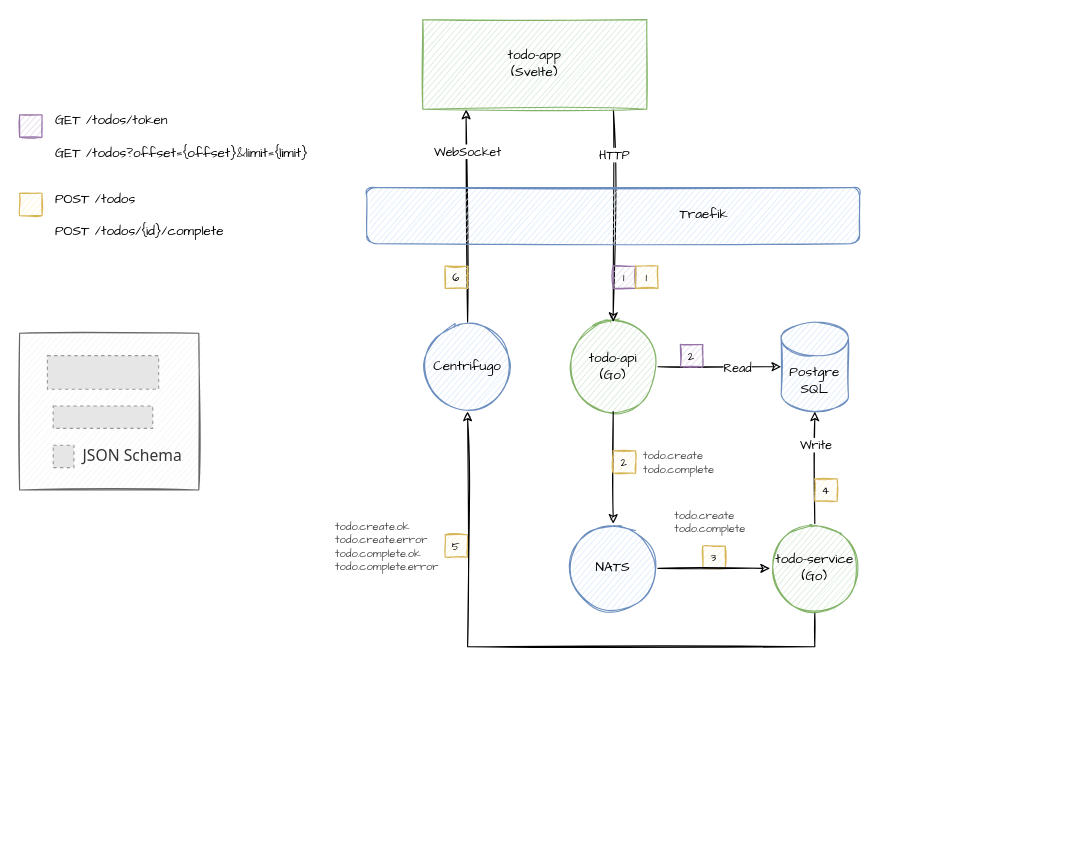
heikkilamarko/todo-app keeps this draw.io diagram as doc/architecture.drawio. Above is the earlier version. Source tidied: cells renumbered, new cells numbered last; positions are measured from the earlier drawing's top-left corner, leaving out a move shared by most shapes. Both pictures are drawn from the tidied source at 112%, with x=0, y=0 at pixel (19, 19). Pictures stored in the file or linked from it are replaced by grey dashed boxes.
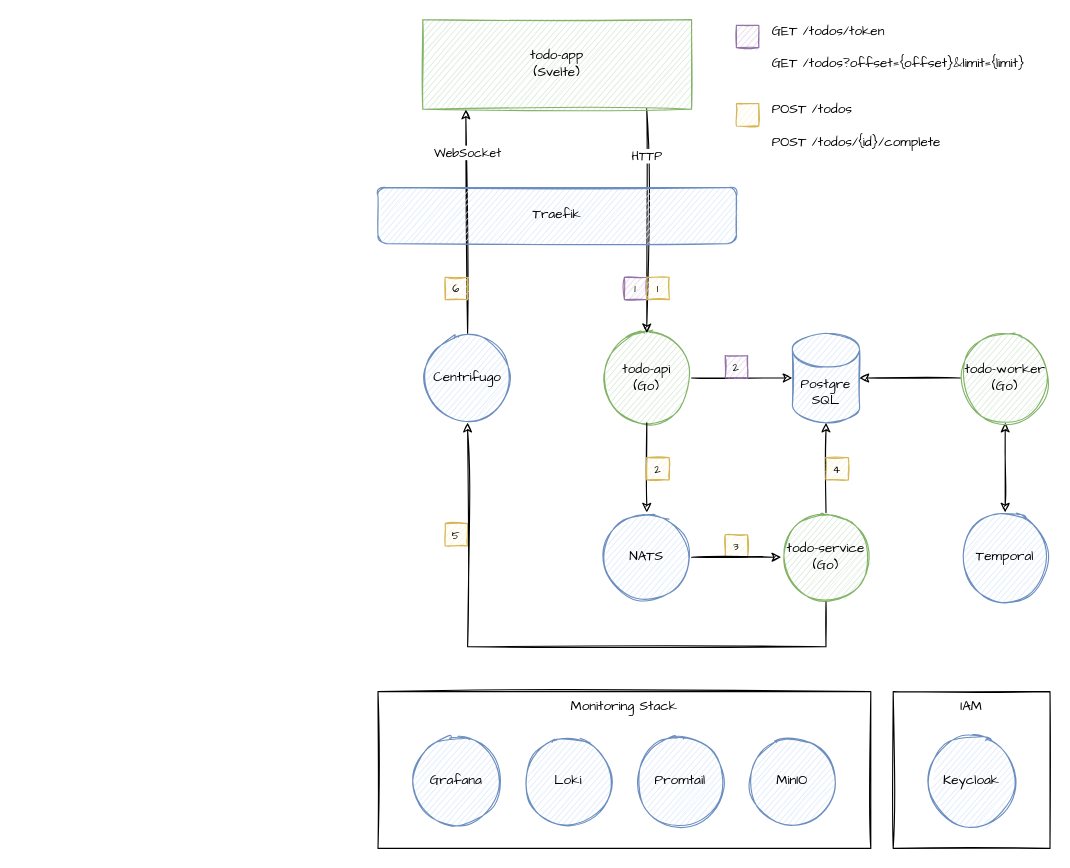
After the change.

The change refers to these unchanged cells:
```xml
<mxCell id="7" style="edgeStyle=none;rounded=0;jettySize=auto;html=1;sketch=1;fontFamily=Comic Sans MS;exitX=0.5;exitY=0;exitDx=0;exitDy=0;entryX=0.5;entryY=1;entryDx=0;entryDy=0;entryPerimeter=0;" parent="1" edge="1" source="6" target="9">
  <mxGeometry relative="1" as="geometry" />
</mxCell>
<mxCell id="22" style="edgeStyle=none;rounded=0;jettySize=auto;html=1;sketch=1;fontFamily=Comic Sans MS;exitX=1;exitY=0.5;exitDx=0;exitDy=0;entryX=0;entryY=0.5;entryDx=0;entryDy=0;entryPerimeter=0;" parent="1" edge="1" source="2" target="9">
  <mxGeometry relative="1" as="geometry" />
</mxCell>
```

The edit, as a diff of the source:
```diff
@@
+    <mxCell id="42" value="IAM" style="rounded=0;whiteSpace=wrap;html=1;fillColor=none;sketch=1;verticalAlign=top;fontFamily=Comic Sans MS;" parent="1" vertex="1">
+      <mxGeometry x="780" y="600" width="140" height="140" as="geometry" />
+    </mxCell>
+    <mxCell id="43" value="Monitoring Stack" style="rounded=0;whiteSpace=wrap;html=1;fillColor=none;sketch=1;verticalAlign=top;fontFamily=Comic Sans MS;" parent="1" vertex="1">
+      <mxGeometry x="320" y="600" width="440" height="140" as="geometry" />
+    </mxCell>
     <mxCell id="2" value="todo-api&lt;br&gt;(Go)" style="ellipse;whiteSpace=wrap;html=1;sketch=1;fontFamily=Comic Sans MS;fillColor=#d5e8d4;strokeColor=#82b366;labelBackgroundColor=none;" parent="1" vertex="1">
-      <mxGeometry x="490" y="270" width="80" height="80" as="geometry" />
+      <mxGeometry x="520" y="280" width="80" height="80" as="geometry" />
     </mxCell>
@@
     <mxCell id="4" value="NATS" style="ellipse;whiteSpace=wrap;html=1;sketch=1;fontFamily=Comic Sans MS;fillColor=#dae8fc;strokeColor=#6c8ebf;labelBackgroundColor=none;" parent="1" vertex="1">
-      <mxGeometry x="490" y="450" width="80" height="80" as="geometry" />
+      <mxGeometry x="520" y="440" width="80" height="80" as="geometry" />
     </mxCell>
     <mxCell id="5" value="Centrifugo" style="ellipse;whiteSpace=wrap;html=1;sketch=1;fontFamily=Comic Sans MS;fillColor=#dae8fc;strokeColor=#6c8ebf;labelBackgroundColor=none;" parent="1" vertex="1">
-      <mxGeometry x="360" y="270" width="80" height="80" as="geometry" />
+      <mxGeometry x="360" y="280" width="80" height="80" as="geometry" />
     </mxCell>
     <mxCell id="6" value="todo-service&lt;br&gt;(Go)" style="ellipse;whiteSpace=wrap;html=1;sketch=1;fontFamily=Comic Sans MS;fillColor=#d5e8d4;strokeColor=#82b366;fillStyle=auto;labelBackgroundColor=none;" parent="1" vertex="1">
-      <mxGeometry x="670" y="450" width="80" height="80" as="geometry" />
+      <mxGeometry x="680" y="440" width="80" height="80" as="geometry" />
     </mxCell>
@@
-    <mxCell id="8" value="Write" style="edgeLabel;html=1;align=center;verticalAlign=middle;fontFamily=Comic Sans MS;" parent="7" vertex="1">
-      <mxGeometry x="-0.01" y="1" relative="1" as="geometry">
-        <mxPoint x="1" y="-20.5" as="offset" />
-      </mxGeometry>
-    </mxCell>
     <mxCell id="9" value="Postgre&lt;br&gt;SQL" style="shape=cylinder3;whiteSpace=wrap;html=1;boundedLbl=1;backgroundOutline=1;size=15;sketch=1;fontFamily=Comic Sans MS;fillColor=#dae8fc;strokeColor=#6c8ebf;labelBackgroundColor=none;" parent="1" vertex="1">
-      <mxGeometry x="680" y="270" width="60" height="80" as="geometry" />
+      <mxGeometry x="690" y="280" width="60" height="80" as="geometry" />
     </mxCell>
-    <mxCell id="10" style="edgeStyle=none;rounded=0;jettySize=auto;html=1;startArrow=none;startFill=0;exitX=0.851;exitY=1.009;exitDx=0;exitDy=0;sketch=1;fontFamily=Comic Sans MS;entryX=0.5;entryY=0;entryDx=0;entryDy=0;exitPerimeter=0;" parent="1" edge="1" source="12" target="2">
+    <mxCell id="10" style="edgeStyle=none;rounded=0;jettySize=auto;html=1;startArrow=none;startFill=0;exitX=0.833;exitY=0.994;exitDx=0;exitDy=0;sketch=1;fontFamily=Comic Sans MS;entryX=0.5;entryY=0;entryDx=0;entryDy=0;exitPerimeter=0;" parent="1" edge="1" source="12" target="2">
       <mxGeometry relative="1" as="geometry" />
     </mxCell>
@@
     <mxCell id="12" value="todo-app&lt;br&gt;(Svelte)" style="rounded=0;whiteSpace=wrap;html=1;sketch=1;fontFamily=Comic Sans MS;fillColor=#d5e8d4;strokeColor=#82b366;labelBackgroundColor=none;" parent="1" vertex="1">
-      <mxGeometry x="360" width="200" height="80" as="geometry" />
+      <mxGeometry x="360" width="240" height="80" as="geometry" />
     </mxCell>
-    <mxCell id="13" style="group;" parent="1" vertex="1">
-      <mxGeometry y="280" width="160" height="140" as="geometry" />
-    </mxCell>
-    <mxCell id="14" style="rounded=0;whiteSpace=wrap;html=1;shadow=0;glass=0;sketch=1;fontFamily=Tahoma;fontSize=20;fillColor=#f5f5f5;strokeColor=#666666;fontColor=#333333;" parent="13" vertex="1">
-      <mxGeometry width="160" height="140" as="geometry" />
-    </mxCell>
-    <mxCell id="15" style="fillColor=#E6E6E6;strokeColor=#999999;dashed=1;verticalLabelPosition=bottom;verticalAlign=top;" parent="13" vertex="1">
-      <mxGeometry x="30" y="65" width="88.9" height="20" as="geometry" />
-    </mxCell>
-    <mxCell id="16" style="fillColor=#E6E6E6;strokeColor=#999999;dashed=1;verticalLabelPosition=bottom;verticalAlign=top;" parent="13" vertex="1">
-      <mxGeometry x="24.8" y="20" width="99.4" height="30" as="geometry" />
-    </mxCell>
-    <mxCell id="17" style="group;" parent="13" vertex="1">
-      <mxGeometry x="30" y="100" width="120" height="20" as="geometry" />
-    </mxCell>
-    <mxCell id="18" style="fillColor=#E6E6E6;strokeColor=#999999;dashed=1;verticalLabelPosition=bottom;verticalAlign=top;" parent="17" vertex="1">
-      <mxGeometry width="18.5" height="20" as="geometry" />
-    </mxCell>
-    <mxCell id="19" value="JSON Schema" style="text;html=1;strokeColor=none;fillColor=none;align=center;verticalAlign=middle;whiteSpace=wrap;rounded=0;sketch=0;fontSize=14;fontFamily=Tahoma;opacity=80;fontColor=#333333;" parent="17" vertex="1">
-      <mxGeometry x="22.2" width="97.8" height="20" as="geometry" />
-    </mxCell>
-    <mxCell id="20" style="rounded=0;jettySize=auto;html=1;entryX=0.193;entryY=1.006;entryDx=0;entryDy=0;sketch=1;fontFamily=Comic Sans MS;exitX=0.5;exitY=0;exitDx=0;exitDy=0;entryPerimeter=0;startArrow=none;startFill=0;" parent="1" edge="1" source="5" target="12">
+    <mxCell id="20" style="rounded=0;jettySize=auto;html=1;entryX=0.16;entryY=1.006;entryDx=0;entryDy=0;sketch=1;fontFamily=Comic Sans MS;exitX=0.5;exitY=0;exitDx=0;exitDy=0;entryPerimeter=0;startArrow=none;startFill=0;" parent="1" edge="1" source="5" target="12">
       <mxGeometry relative="1" as="geometry" />
     </mxCell>
@@
-    <mxCell id="23" value="Read" style="edgeLabel;html=1;align=center;verticalAlign=middle;fontFamily=Comic Sans MS;" parent="22" vertex="1">
-      <mxGeometry x="-0.07" relative="1" as="geometry">
-        <mxPoint x="19" as="offset" />
-      </mxGeometry>
-    </mxCell>
     <mxCell id="24" value="1" style="text;html=1;strokeColor=#9673a6;fillColor=#e1d5e7;align=center;verticalAlign=middle;whiteSpace=wrap;rounded=0;fontFamily=Comic Sans MS;fontSize=10;sketch=1;" parent="1" vertex="1">
-      <mxGeometry x="530" y="220" width="20" height="20" as="geometry" />
+      <mxGeometry x="540" y="230" width="20" height="20" as="geometry" />
     </mxCell>
     <mxCell id="25" value="2" style="text;html=1;strokeColor=#9673a6;fillColor=#e1d5e7;align=center;verticalAlign=middle;whiteSpace=wrap;rounded=0;fontFamily=Comic Sans MS;fontSize=10;sketch=1;" parent="1" vertex="1">
-      <mxGeometry x="590" y="290" width="20" height="20" as="geometry" />
+      <mxGeometry x="630" y="300" width="20" height="20" as="geometry" />
     </mxCell>
     <mxCell id="26" value="1" style="text;html=1;strokeColor=#d6b656;fillColor=#fff2cc;align=center;verticalAlign=middle;whiteSpace=wrap;rounded=0;fontFamily=Comic Sans MS;fontSize=10;sketch=1;" parent="1" vertex="1">
-      <mxGeometry x="550" y="220" width="20" height="20" as="geometry" />
+      <mxGeometry x="560" y="230" width="20" height="20" as="geometry" />
     </mxCell>
     <mxCell id="27" value="2" style="text;html=1;strokeColor=#d6b656;fillColor=#fff2cc;align=center;verticalAlign=middle;whiteSpace=wrap;rounded=0;fontFamily=Comic Sans MS;fontSize=10;sketch=1;" parent="1" vertex="1">
-      <mxGeometry x="530" y="385" width="20" height="20" as="geometry" />
+      <mxGeometry x="560" y="391" width="20" height="20" as="geometry" />
     </mxCell>
     <mxCell id="28" value="3" style="text;html=1;strokeColor=#d6b656;fillColor=#fff2cc;align=center;verticalAlign=middle;whiteSpace=wrap;rounded=0;fontFamily=Comic Sans MS;fontSize=10;sketch=1;" parent="1" vertex="1">
-      <mxGeometry x="610" y="470" width="20" height="20" as="geometry" />
+      <mxGeometry x="630" y="460" width="20" height="20" as="geometry" />
     </mxCell>
     <mxCell id="29" value="4" style="text;html=1;strokeColor=#d6b656;fillColor=#fff2cc;align=center;verticalAlign=middle;whiteSpace=wrap;rounded=0;fontFamily=Comic Sans MS;fontSize=10;sketch=1;" parent="1" vertex="1">
-      <mxGeometry x="710" y="410" width="20" height="20" as="geometry" />
+      <mxGeometry x="720" y="391" width="20" height="20" as="geometry" />
     </mxCell>
     <mxCell id="30" value="5" style="text;html=1;strokeColor=#d6b656;fillColor=#fff2cc;align=center;verticalAlign=middle;whiteSpace=wrap;rounded=0;fontFamily=Comic Sans MS;fontSize=10;sketch=1;" parent="1" vertex="1">
-      <mxGeometry x="380" y="460" width="20" height="20" as="geometry" />
+      <mxGeometry x="380" y="450" width="20" height="20" as="geometry" />
     </mxCell>
     <mxCell id="31" value="6" style="text;html=1;strokeColor=#d6b656;fillColor=#fff2cc;align=center;verticalAlign=middle;whiteSpace=wrap;rounded=0;fontFamily=Comic Sans MS;fontSize=10;sketch=1;" parent="1" vertex="1">
-      <mxGeometry x="380" y="220" width="20" height="20" as="geometry" />
+      <mxGeometry x="380" y="230" width="20" height="20" as="geometry" />
     </mxCell>
     <mxCell id="32" style="text;html=1;strokeColor=#9673a6;fillColor=#e1d5e7;align=center;verticalAlign=middle;whiteSpace=wrap;rounded=0;fontFamily=Comic Sans MS;fontSize=10;sketch=1;" parent="1" vertex="1">
-      <mxGeometry y="85" width="20" height="20" as="geometry" />
+      <mxGeometry x="640" y="5" width="20" height="20" as="geometry" />
     </mxCell>
     <mxCell id="33" style="text;html=1;strokeColor=#d6b656;fillColor=#fff2cc;align=center;verticalAlign=middle;whiteSpace=wrap;rounded=0;fontFamily=Comic Sans MS;fontSize=10;sketch=1;" parent="1" vertex="1">
-      <mxGeometry y="155" width="20" height="20" as="geometry" />
+      <mxGeometry x="640" y="75" width="20" height="20" as="geometry" />
     </mxCell>
     <mxCell id="34" value="GET /todos/token&lt;br&gt;&lt;br&gt;&lt;div&gt;GET /todos?offset={offset}&amp;amp;limit={limit}&lt;br&gt;&lt;/div&gt;" style="text;html=1;align=left;verticalAlign=middle;fillColor=none;strokeColor=none;rounded=0;fontFamily=Comic Sans MS;" parent="1" vertex="1">
-      <mxGeometry x="30" y="80" width="250" height="50" as="geometry" />
+      <mxGeometry x="670" width="250" height="50" as="geometry" />
     </mxCell>
     <mxCell id="35" value="POST /todos&lt;br&gt;&lt;br&gt;&lt;div&gt;&lt;span&gt;POST /todos/{id}/complete&lt;/span&gt;&lt;/div&gt;" style="text;html=1;align=left;verticalAlign=middle;fillColor=none;strokeColor=none;rounded=0;fontFamily=Comic Sans MS;" parent="1" vertex="1">
-      <mxGeometry x="30" y="150" width="170" height="50" as="geometry" />
+      <mxGeometry x="670" y="70" width="170" height="50" as="geometry" />
     </mxCell>
-    <mxCell id="36" value="todo.create&lt;br&gt;todo.complete" style="text;html=1;align=left;verticalAlign=middle;fillColor=none;strokeColor=none;rounded=0;fontFamily=Comic Sans MS;fontSize=10;fontColor=#4D4D4D;" parent="1" vertex="1">
-      <mxGeometry x="555" y="380" width="80" height="30" as="geometry" />
-    </mxCell>
@@
-    <mxCell id="38" value="todo.create&lt;br&gt;todo.complete" style="text;html=1;align=left;verticalAlign=middle;fillColor=none;strokeColor=none;rounded=0;fontFamily=Comic Sans MS;fontSize=10;fontColor=#4D4D4D;" parent="1" vertex="1">
-      <mxGeometry x="583" y="433" width="80" height="30" as="geometry" />
-    </mxCell>
-    <mxCell id="39" value="todo.create.ok&lt;br&gt;todo.create.error&lt;br&gt;todo.complete.ok&lt;br&gt;todo.complete.error" style="text;html=1;align=left;verticalAlign=middle;fillColor=none;strokeColor=none;rounded=0;fontFamily=Comic Sans MS;fontSize=10;fontColor=#4D4D4D;" parent="1" vertex="1">
-      <mxGeometry x="280" y="445" width="110" height="50" as="geometry" />
-    </mxCell>
-    <mxCell id="40" value="Traefik&amp;nbsp; &amp;nbsp; &amp;nbsp; &amp;nbsp; &amp;nbsp; &amp;nbsp; &amp;nbsp; &amp;nbsp; &amp;nbsp; &amp;nbsp; &amp;nbsp; &amp;nbsp;&amp;nbsp;" style="rounded=1;whiteSpace=wrap;html=1;sketch=1;fontFamily=Comic Sans MS;fillColor=#dae8fc;strokeColor=#6c8ebf;labelBackgroundColor=none;align=right;" parent="1" vertex="1">
-      <mxGeometry x="310" y="150" width="440" height="50" as="geometry" />
+    <mxCell id="40" value="Traefik" style="rounded=1;whiteSpace=wrap;html=1;sketch=1;fontFamily=Comic Sans MS;fillColor=#dae8fc;strokeColor=#6c8ebf;labelBackgroundColor=none;align=center;" parent="1" vertex="1">
+      <mxGeometry x="320" y="150" width="320" height="50" as="geometry" />
     </mxCell>
-    <mxCell id="41" style="rounded=0;jettySize=auto;html=1;entryX=0.5;entryY=1;entryDx=0;entryDy=0;endArrow=none;endFill=0;sketch=1;fontFamily=Comic Sans MS;startArrow=classic;startFill=1;exitX=0.5;exitY=1;exitDx=0;exitDy=0;edgeStyle=orthogonalEdgeStyle;" parent="1" edge="1" source="5" target="6">
+    <mxCell id="41" style="rounded=0;jettySize=auto;html=1;endArrow=none;endFill=0;sketch=1;fontFamily=Comic Sans MS;startArrow=classic;startFill=1;exitX=0.5;exitY=1;exitDx=0;exitDy=0;edgeStyle=orthogonalEdgeStyle;entryX=0.5;entryY=1;entryDx=0;entryDy=0;" parent="1" edge="1" source="5" target="6">
       <mxGeometry relative="1" as="geometry">
         <Array as="points">
           <mxPoint x="400" y="560" />
-          <mxPoint x="710" y="560" />
+          <mxPoint x="720" y="560" />
         </Array>
       </mxGeometry>
     </mxCell>
+    <mxCell id="44" value="MinIO" style="ellipse;whiteSpace=wrap;html=1;sketch=1;fontFamily=Comic Sans MS;fillColor=#dae8fc;strokeColor=#6c8ebf;labelBackgroundColor=none;" parent="1" vertex="1">
+      <mxGeometry x="650" y="640" width="80" height="80" as="geometry" />
+    </mxCell>
+    <mxCell id="45" value="Loki" style="ellipse;whiteSpace=wrap;html=1;sketch=1;fontFamily=Comic Sans MS;fillColor=#dae8fc;strokeColor=#6c8ebf;labelBackgroundColor=none;" parent="1" vertex="1">
+      <mxGeometry x="450" y="640" width="80" height="80" as="geometry" />
+    </mxCell>
+    <mxCell id="46" value="Grafana" style="ellipse;whiteSpace=wrap;html=1;sketch=1;fontFamily=Comic Sans MS;fillColor=#dae8fc;strokeColor=#6c8ebf;labelBackgroundColor=none;" parent="1" vertex="1">
+      <mxGeometry x="350" y="640" width="80" height="80" as="geometry" />
+    </mxCell>
+    <mxCell id="47" value="Promtail" style="ellipse;whiteSpace=wrap;html=1;sketch=1;fontFamily=Comic Sans MS;fillColor=#dae8fc;strokeColor=#6c8ebf;labelBackgroundColor=none;" parent="1" vertex="1">
+      <mxGeometry x="550" y="640" width="80" height="80" as="geometry" />
+    </mxCell>
+    <mxCell id="48" style="edgeStyle=orthogonalEdgeStyle;rounded=0;sketch=1;jettySize=auto;html=1;entryX=0.5;entryY=1;entryDx=0;entryDy=0;startArrow=classic;startFill=1;fontFamily=Comic Sans MS;" parent="1" edge="1" source="49" target="51">
+      <mxGeometry relative="1" as="geometry" />
+    </mxCell>
+    <mxCell id="49" value="Temporal" style="ellipse;whiteSpace=wrap;html=1;sketch=1;fontFamily=Comic Sans MS;fillColor=#dae8fc;strokeColor=#6c8ebf;labelBackgroundColor=none;" parent="1" vertex="1">
+      <mxGeometry x="840" y="440" width="80" height="80" as="geometry" />
+    </mxCell>
+    <mxCell id="50" style="edgeStyle=orthogonalEdgeStyle;rounded=0;jettySize=auto;html=1;entryX=1;entryY=0.5;entryDx=0;entryDy=0;entryPerimeter=0;sketch=1;fontFamily=Comic Sans MS;" parent="1" edge="1" source="51" target="9">
+      <mxGeometry relative="1" as="geometry" />
+    </mxCell>
+    <mxCell id="51" value="todo-worker&lt;br&gt;(Go)" style="ellipse;whiteSpace=wrap;html=1;sketch=1;fontFamily=Comic Sans MS;fillColor=#d5e8d4;strokeColor=#82b366;fillStyle=auto;labelBackgroundColor=none;" parent="1" vertex="1">
+      <mxGeometry x="840" y="280" width="80" height="80" as="geometry" />
+    </mxCell>
+    <mxCell id="52" value="Keycloak" style="ellipse;whiteSpace=wrap;html=1;sketch=1;fontFamily=Comic Sans MS;fillColor=#dae8fc;strokeColor=#6c8ebf;labelBackgroundColor=none;" parent="1" vertex="1">
+      <mxGeometry x="810" y="640" width="80" height="80" as="geometry" />
+    </mxCell>
```
